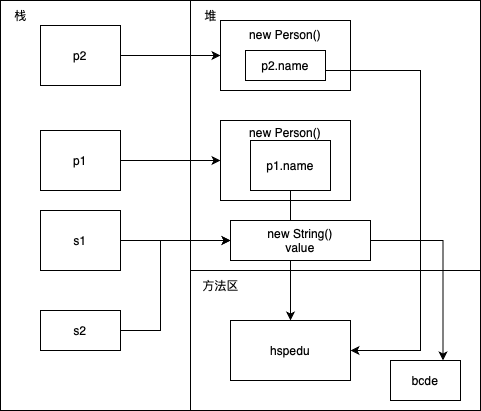
Above: drawio/White.png in Stolorzs/Picgo (draw.io), before the change. Source tidied: cells renumbered, new cells last; positions are measured from the earlier drawing's top-left corner, leaving out a move shared by most shapes.
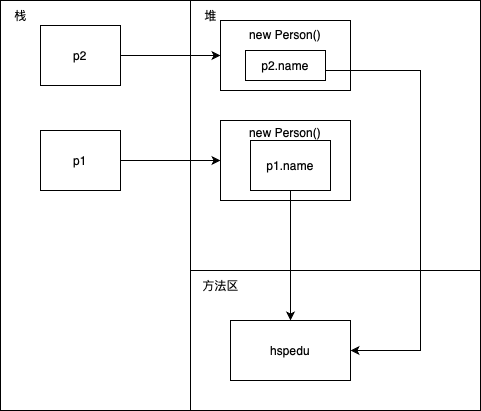
Above is the later version.

The edit, as a diff of the source:
```diff
@@ -58,36 +58,5 @@
     <mxCell id="18" value="p2.name" style="rounded=0;whiteSpace=wrap;html=1;" parent="1" vertex="1">
       <mxGeometry x="245" y="50" width="80" height="30" as="geometry" />
     </mxCell>
-    <mxCell id="19" style="edgeStyle=orthogonalEdgeStyle;rounded=0;jettySize=auto;html=1;entryX=0;entryY=0.5;entryDx=0;entryDy=0;" parent="1" edge="1" source="20" target="22">
-      <mxGeometry relative="1" as="geometry">
-        <Array as="points">
-          <mxPoint x="120" y="240" />
-          <mxPoint x="120" y="240" />
-        </Array>
-      </mxGeometry>
-    </mxCell>
-    <mxCell id="20" value="s1" style="rounded=0;whiteSpace=wrap;html=1;" parent="1" vertex="1">
-      <mxGeometry x="40" y="210" width="80" height="60" as="geometry" />
-    </mxCell>
-    <mxCell id="21" style="edgeStyle=orthogonalEdgeStyle;rounded=0;jettySize=auto;html=1;entryX=0.75;entryY=0;entryDx=0;entryDy=0;" parent="1" edge="1" source="22" target="23">
-      <mxGeometry relative="1" as="geometry" />
-    </mxCell>
-    <mxCell id="22" value="new String()&lt;div&gt;value&lt;/div&gt;" style="rounded=0;whiteSpace=wrap;html=1;" parent="1" vertex="1">
-      <mxGeometry x="230" y="220" width="140" height="40" as="geometry" />
-    </mxCell>
-    <mxCell id="23" value="bcde" style="whiteSpace=wrap;html=1;" parent="1" vertex="1">
-      <mxGeometry x="390" y="360" width="70" height="40" as="geometry" />
-    </mxCell>
-    <mxCell id="24" style="edgeStyle=orthogonalEdgeStyle;rounded=0;jettySize=auto;html=1;" parent="1" edge="1" source="25" target="22">
-      <mxGeometry relative="1" as="geometry">
-        <Array as="points">
-          <mxPoint x="160" y="330" />
-          <mxPoint x="160" y="240" />
-        </Array>
-      </mxGeometry>
-    </mxCell>
-    <mxCell id="25" value="s2" style="rounded=0;whiteSpace=wrap;html=1;" parent="1" vertex="1">
-      <mxGeometry x="40" y="310" width="80" height="40" as="geometry" />
-    </mxCell>
   </root>
 </mxGraphModel>
```
